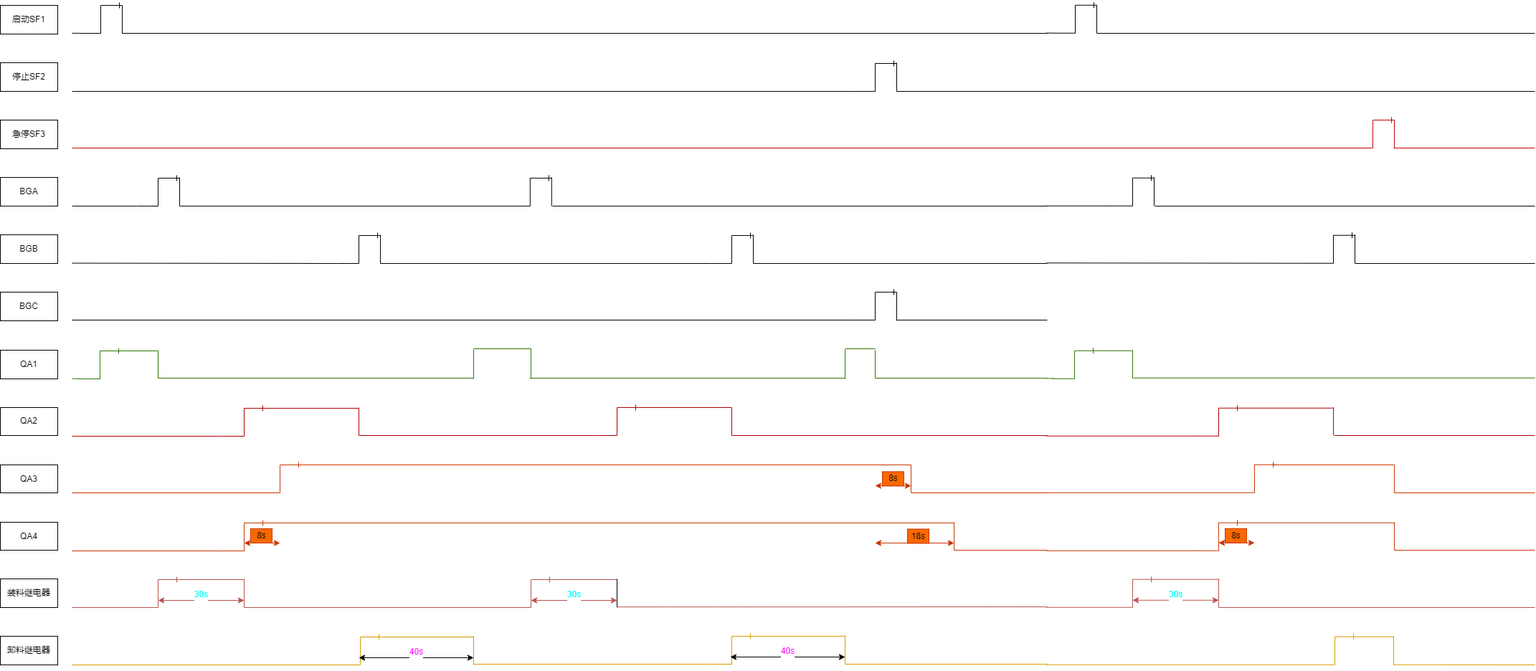
Before: timedia.drawio.png, a diagram exported from draw.io (mj-allk/mjalk). Source tidied: cells renumbered, new cells last; positions are measured from the earlier drawing's top-left corner, leaving out a move shared by most shapes.
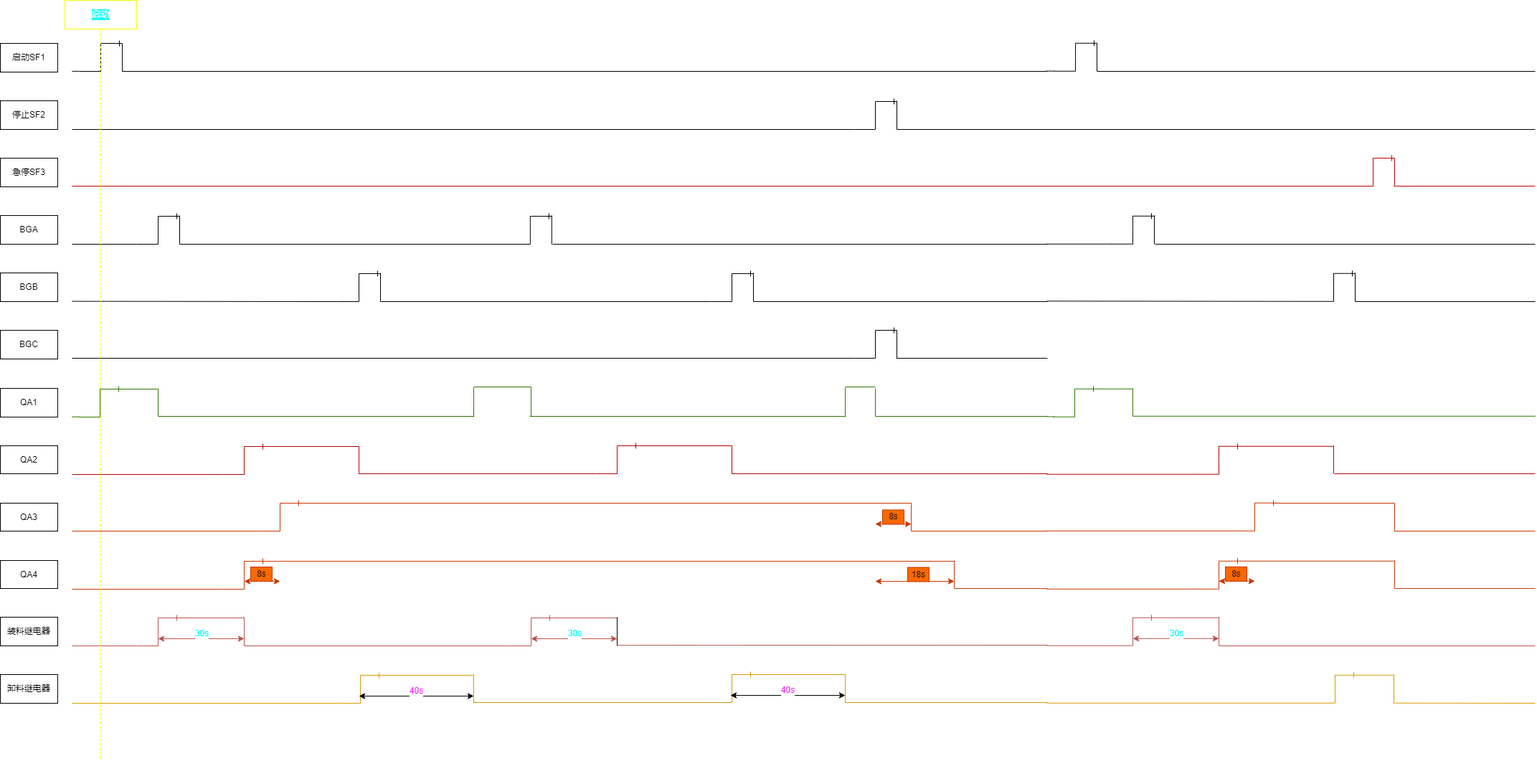
After the change.

What changed in the source:
```diff
@@ -765,5 +765,8 @@
         <mxPoint x="2140" y="920" as="targetPoint" />
       </mxGeometry>
     </mxCell>
+    <mxCell id="155" value="&lt;font color=&quot;#ffffff&quot; style=&quot;background-color: rgb(20 , 255 , 247)&quot;&gt;启动&lt;/font&gt;" style="shape=umlLifeline;perimeter=lifelinePerimeter;whiteSpace=wrap;html=1;labelBackgroundColor=#14FFF7;fontSize=12;fontColor=#FF00FF;strokeColor=#F7FF00;fillColor=#FFFFFF;" parent="1" vertex="1">
+      <mxGeometry x="90" y="-60" width="100" height="1060" as="geometry" />
+    </mxCell>
   </root>
 </mxGraphModel>
```
